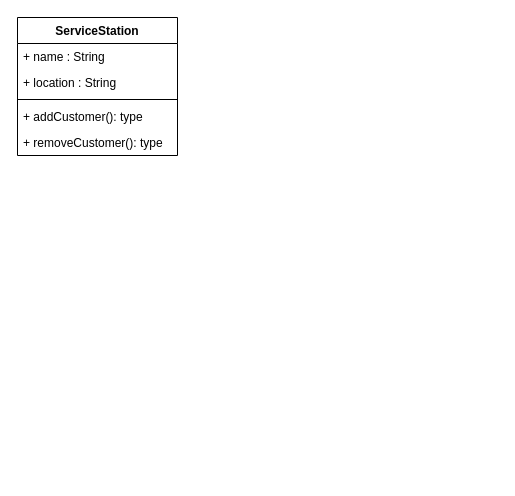
Earlier version of the draw.io diagram S3/Java/UML_Diagrams/Q1.drawio (HowlingWolf9/Wolfs_Lair). Source tidied: cells renumbered, new cells numbered last; positions are measured from the earlier drawing's top-left corner, leaving out a move shared by most shapes. Both pictures are drawn from the tidied source at 100%, with x=0, y=0 at pixel (17, 17).
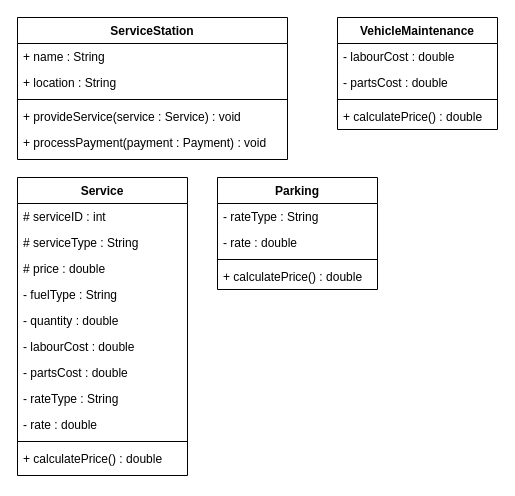
Above is the later version.

Diff of the diagram source:
```diff
@@
     <mxCell id="2" value="ServiceStation" style="swimlane;fontStyle=1;align=center;verticalAlign=top;horizontal=1;startSize=26;whiteSpace=wrap;html=1;" parent="1" vertex="1">
-      <mxGeometry width="160" height="138" as="geometry" />
+      <mxGeometry width="270" height="142" as="geometry" />
     </mxCell>
     <mxCell id="3" value="+ name : String" style="text;strokeColor=none;fillColor=none;align=left;verticalAlign=top;spacingLeft=4;spacingRight=4;overflow=hidden;whiteSpace=wrap;html=1;" parent="2" vertex="1">
-      <mxGeometry y="26" width="160" height="26" as="geometry" />
+      <mxGeometry y="26" width="270" height="26" as="geometry" />
     </mxCell>
     <mxCell id="4" value="+ location : String" style="text;strokeColor=none;fillColor=none;align=left;verticalAlign=top;spacingLeft=4;spacingRight=4;overflow=hidden;whiteSpace=wrap;html=1;" parent="2" vertex="1">
-      <mxGeometry y="52" width="160" height="26" as="geometry" />
+      <mxGeometry y="52" width="270" height="26" as="geometry" />
     </mxCell>
     <mxCell id="5" style="line;strokeWidth=1;fillColor=none;align=left;verticalAlign=middle;spacingTop=-1;spacingLeft=3;spacingRight=3;labelPosition=right;strokeColor=inherit;" parent="2" vertex="1">
-      <mxGeometry y="78" width="160" height="8" as="geometry" />
+      <mxGeometry y="78" width="270" height="8" as="geometry" />
     </mxCell>
-    <mxCell id="6" value="+ addCustomer(): type" style="text;strokeColor=none;fillColor=none;align=left;verticalAlign=top;spacingLeft=4;spacingRight=4;overflow=hidden;whiteSpace=wrap;html=1;" parent="2" vertex="1">
-      <mxGeometry y="86" width="160" height="26" as="geometry" />
+    <mxCell id="6" value="+ provideService(service : Service) : void" style="text;strokeColor=none;fillColor=none;align=left;verticalAlign=top;spacingLeft=4;spacingRight=4;overflow=hidden;whiteSpace=wrap;html=1;" parent="2" vertex="1">
+      <mxGeometry y="86" width="270" height="26" as="geometry" />
     </mxCell>
-    <mxCell id="7" value="+ removeCustomer(): type" style="text;strokeColor=none;fillColor=none;align=left;verticalAlign=top;spacingLeft=4;spacingRight=4;overflow=hidden;whiteSpace=wrap;html=1;" parent="2" vertex="1">
-      <mxGeometry y="112" width="160" height="26" as="geometry" />
+    <mxCell id="7" value="+ processPayment(payment : Payment) : void" style="text;strokeColor=none;fillColor=none;align=left;verticalAlign=top;spacingLeft=4;spacingRight=4;overflow=hidden;whiteSpace=wrap;html=1;" parent="2" vertex="1">
+      <mxGeometry y="112" width="270" height="30" as="geometry" />
     </mxCell>
+    <mxCell id="8" value="Service" style="swimlane;fontStyle=1;align=center;verticalAlign=top;horizontal=1;startSize=26;whiteSpace=wrap;html=1;" parent="1" vertex="1">
+      <mxGeometry y="160" width="170" height="298" as="geometry" />
+    </mxCell>
+    <mxCell id="9" value="# serviceID : int" style="text;strokeColor=none;fillColor=none;align=left;verticalAlign=top;spacingLeft=4;spacingRight=4;overflow=hidden;whiteSpace=wrap;html=1;" parent="8" vertex="1">
+      <mxGeometry y="26" width="170" height="26" as="geometry" />
+    </mxCell>
+    <mxCell id="10" value="# serviceType : String" style="text;strokeColor=none;fillColor=none;align=left;verticalAlign=top;spacingLeft=4;spacingRight=4;overflow=hidden;whiteSpace=wrap;html=1;" parent="8" vertex="1">
+      <mxGeometry y="52" width="170" height="26" as="geometry" />
+    </mxCell>
+    <mxCell id="11" value="# price : double" style="text;strokeColor=none;fillColor=none;align=left;verticalAlign=top;spacingLeft=4;spacingRight=4;overflow=hidden;whiteSpace=wrap;html=1;" parent="8" vertex="1">
+      <mxGeometry y="78" width="170" height="26" as="geometry" />
+    </mxCell>
+    <mxCell id="12" value="- fuelType : String" style="text;strokeColor=none;fillColor=none;align=left;verticalAlign=top;spacingLeft=4;spacingRight=4;overflow=hidden;whiteSpace=wrap;html=1;" parent="8" vertex="1">
+      <mxGeometry y="104" width="170" height="26" as="geometry" />
+    </mxCell>
+    <mxCell id="13" value="- quantity : double" style="text;strokeColor=none;fillColor=none;align=left;verticalAlign=top;spacingLeft=4;spacingRight=4;overflow=hidden;whiteSpace=wrap;html=1;" parent="8" vertex="1">
+      <mxGeometry y="130" width="170" height="26" as="geometry" />
+    </mxCell>
+    <mxCell id="14" value="- labourCost : double" style="text;strokeColor=none;fillColor=none;align=left;verticalAlign=top;spacingLeft=4;spacingRight=4;overflow=hidden;whiteSpace=wrap;html=1;" parent="8" vertex="1">
+      <mxGeometry y="156" width="170" height="26" as="geometry" />
+    </mxCell>
+    <mxCell id="15" value="- partsCost : double" style="text;strokeColor=none;fillColor=none;align=left;verticalAlign=top;spacingLeft=4;spacingRight=4;overflow=hidden;whiteSpace=wrap;html=1;" parent="8" vertex="1">
+      <mxGeometry y="182" width="170" height="26" as="geometry" />
+    </mxCell>
+    <mxCell id="16" value="- rateType : String" style="text;strokeColor=none;fillColor=none;align=left;verticalAlign=top;spacingLeft=4;spacingRight=4;overflow=hidden;whiteSpace=wrap;html=1;" parent="8" vertex="1">
+      <mxGeometry y="208" width="170" height="26" as="geometry" />
+    </mxCell>
+    <mxCell id="17" value="- rate : double" style="text;strokeColor=none;fillColor=none;align=left;verticalAlign=top;spacingLeft=4;spacingRight=4;overflow=hidden;whiteSpace=wrap;html=1;" parent="8" vertex="1">
+      <mxGeometry y="234" width="170" height="26" as="geometry" />
+    </mxCell>
+    <mxCell id="18" style="line;strokeWidth=1;fillColor=none;align=left;verticalAlign=middle;spacingTop=-1;spacingLeft=3;spacingRight=3;labelPosition=right;strokeColor=inherit;" parent="8" vertex="1">
+      <mxGeometry y="260" width="170" height="8" as="geometry" />
+    </mxCell>
+    <mxCell id="19" value="+ calculatePrice() : double" style="text;strokeColor=none;fillColor=none;align=left;verticalAlign=top;spacingLeft=4;spacingRight=4;overflow=hidden;whiteSpace=wrap;html=1;" parent="8" vertex="1">
+      <mxGeometry y="268" width="170" height="30" as="geometry" />
+    </mxCell>
+    <mxCell id="20" value="VehicleMaintenance" style="swimlane;fontStyle=1;align=center;verticalAlign=top;horizontal=1;startSize=26;whiteSpace=wrap;html=1;" parent="1" vertex="1">
+      <mxGeometry x="320" width="160" height="112" as="geometry" />
+    </mxCell>
+    <mxCell id="21" value="- labourCost : double" style="text;strokeColor=none;fillColor=none;align=left;verticalAlign=top;spacingLeft=4;spacingRight=4;overflow=hidden;whiteSpace=wrap;html=1;" parent="20" vertex="1">
+      <mxGeometry y="26" width="160" height="26" as="geometry" />
+    </mxCell>
+    <mxCell id="22" value="- partsCost : double" style="text;strokeColor=none;fillColor=none;align=left;verticalAlign=top;spacingLeft=4;spacingRight=4;overflow=hidden;whiteSpace=wrap;html=1;" parent="20" vertex="1">
+      <mxGeometry y="52" width="160" height="26" as="geometry" />
+    </mxCell>
+    <mxCell id="23" style="line;strokeWidth=1;fillColor=none;align=left;verticalAlign=middle;spacingTop=-1;spacingLeft=3;spacingRight=3;labelPosition=right;strokeColor=inherit;" parent="20" vertex="1">
+      <mxGeometry y="78" width="160" height="8" as="geometry" />
+    </mxCell>
+    <mxCell id="24" value="+ calculatePrice() : double" style="text;strokeColor=none;fillColor=none;align=left;verticalAlign=top;spacingLeft=4;spacingRight=4;overflow=hidden;whiteSpace=wrap;html=1;" parent="20" vertex="1">
+      <mxGeometry y="86" width="160" height="26" as="geometry" />
+    </mxCell>
+    <mxCell id="25" value="Parking" style="swimlane;fontStyle=1;align=center;verticalAlign=top;horizontal=1;startSize=26;whiteSpace=wrap;html=1;" parent="1" vertex="1">
+      <mxGeometry x="200" y="160" width="160" height="112" as="geometry" />
+    </mxCell>
+    <mxCell id="26" value="- rateType : String" style="text;strokeColor=none;fillColor=none;align=left;verticalAlign=top;spacingLeft=4;spacingRight=4;overflow=hidden;whiteSpace=wrap;html=1;" parent="25" vertex="1">
+      <mxGeometry y="26" width="160" height="26" as="geometry" />
+    </mxCell>
+    <mxCell id="27" value="- rate : double" style="text;strokeColor=none;fillColor=none;align=left;verticalAlign=top;spacingLeft=4;spacingRight=4;overflow=hidden;whiteSpace=wrap;html=1;" parent="25" vertex="1">
+      <mxGeometry y="52" width="160" height="26" as="geometry" />
+    </mxCell>
+    <mxCell id="28" style="line;strokeWidth=1;fillColor=none;align=left;verticalAlign=middle;spacingTop=-1;spacingLeft=3;spacingRight=3;labelPosition=right;strokeColor=inherit;" parent="25" vertex="1">
+      <mxGeometry y="78" width="160" height="8" as="geometry" />
+    </mxCell>
+    <mxCell id="29" value="+ calculatePrice() : double" style="text;strokeColor=none;fillColor=none;align=left;verticalAlign=top;spacingLeft=4;spacingRight=4;overflow=hidden;whiteSpace=wrap;html=1;" parent="25" vertex="1">
+      <mxGeometry y="86" width="160" height="26" as="geometry" />
+    </mxCell>
```
